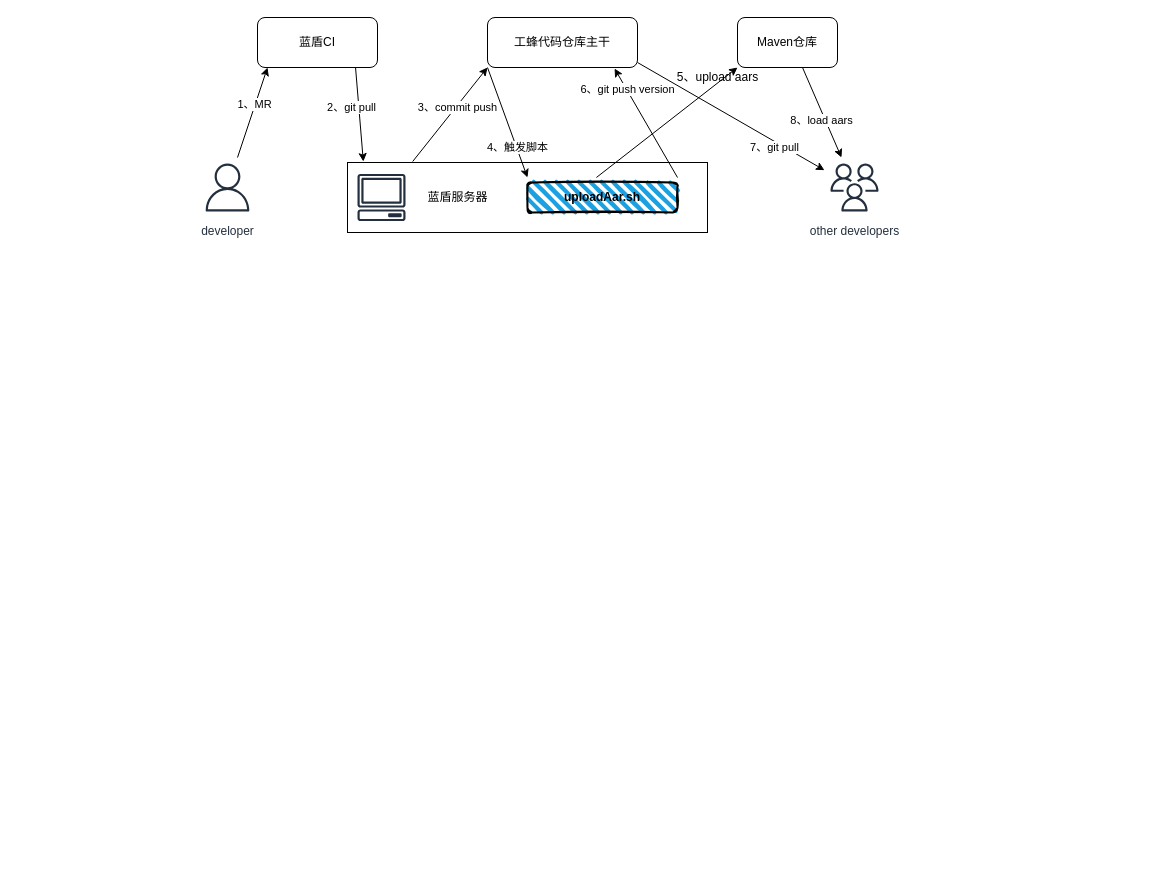
The draw.io diagram page "aar化整体流程图" (16 of 24) of T9.drawio in shinecjj/UML, before the edit. Source tidied: cells renumbered, new cells numbered last; positions are measured from the earlier drawing's top-left corner, leaving out a move shared by most shapes. Both pictures are drawn from the tidied source at 100%, with x=0, y=0 at pixel (197, 17).
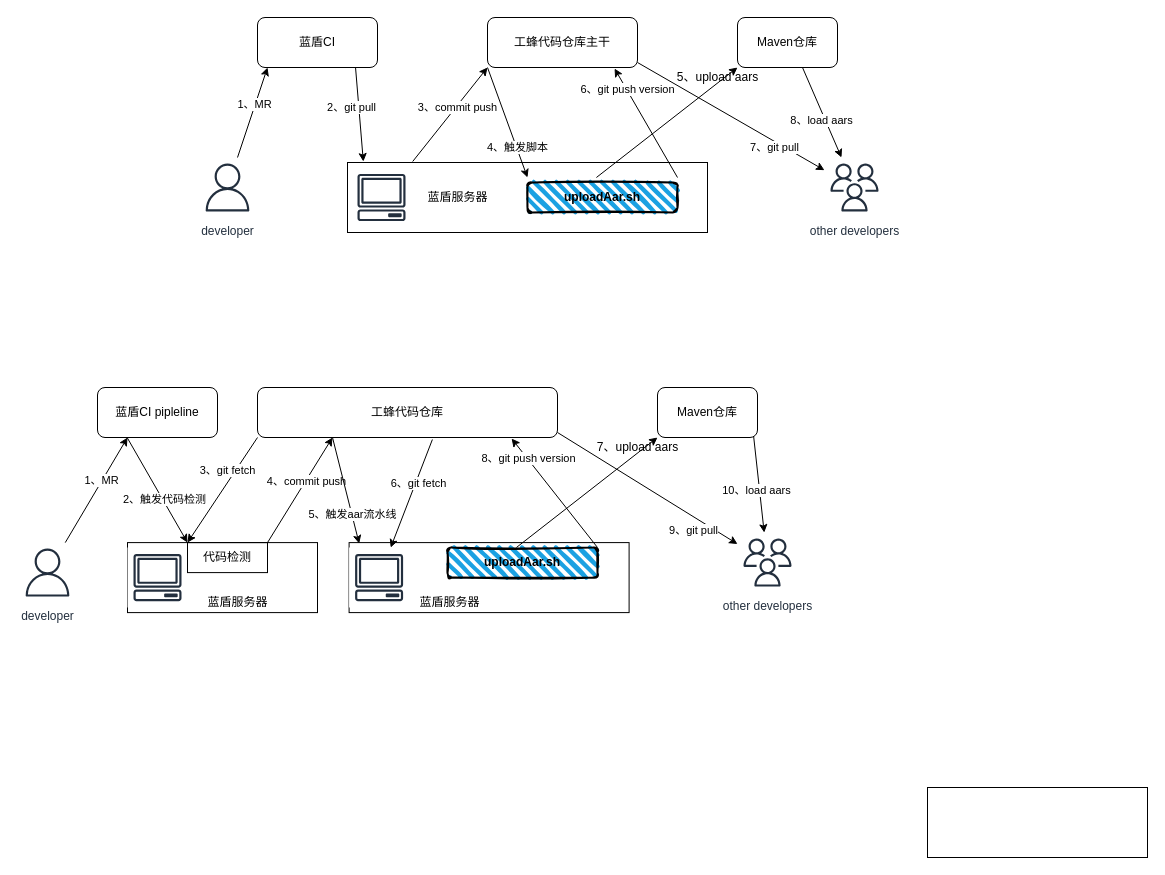
After the change.

Change to the diagram source:
```diff
@@
+    <mxCell id="24" value="other developers" style="outlineConnect=0;fontColor=#232F3E;gradientColor=none;strokeColor=#232F3E;fillColor=#ffffff;dashed=0;verticalLabelPosition=bottom;verticalAlign=top;align=center;html=1;fontSize=12;fontStyle=0;shape=mxgraph.aws4.resourceIcon;resIcon=mxgraph.aws4.users;" parent="1" vertex="1">
+      <mxGeometry x="540" y="515.1" width="60" height="60" as="geometry" />
+    </mxCell>
+    <mxCell id="25" value="developer" style="outlineConnect=0;fontColor=#232F3E;gradientColor=none;strokeColor=#232F3E;fillColor=#ffffff;dashed=0;verticalLabelPosition=bottom;verticalAlign=top;align=center;html=1;fontSize=12;fontStyle=0;shape=mxgraph.aws4.resourceIcon;resIcon=mxgraph.aws4.user;" parent="1" vertex="1">
+      <mxGeometry x="-180" y="525.1" width="60" height="60" as="geometry" />
+    </mxCell>
+    <mxCell id="26" value="蓝盾CI pipleline" style="rounded=1;whiteSpace=wrap;html=1;strokeColor=#000000;fillColor=none;" parent="1" vertex="1">
+      <mxGeometry x="-100" y="370" width="120" height="50" as="geometry" />
+    </mxCell>
+    <mxCell id="27" value="工蜂代码仓库" style="rounded=1;whiteSpace=wrap;html=1;strokeColor=#000000;fillColor=none;" parent="1" vertex="1">
+      <mxGeometry x="60" y="370" width="300" height="50" as="geometry" />
+    </mxCell>
+    <mxCell id="28" value="Maven仓库" style="rounded=1;whiteSpace=wrap;html=1;strokeColor=#000000;fillColor=none;" parent="1" vertex="1">
+      <mxGeometry x="460" y="370" width="100" height="50" as="geometry" />
+    </mxCell>
+    <mxCell id="29" value="4、commit push" style="endArrow=classic;html=1;fillColor=none;exitX=1;exitY=0;exitDx=0;exitDy=0;entryX=0.25;entryY=1;entryDx=0;entryDy=0;" parent="1" edge="1" source="51" target="27">
+      <mxGeometry x="0.17" y="-1" relative="1" as="geometry" />
+    </mxCell>
+    <mxCell id="30" value="5、触发aar流水线" style="endArrow=classic;html=1;fillColor=none;exitX=0.25;exitY=1;exitDx=0;exitDy=0;entryX=0.036;entryY=0.014;entryDx=0;entryDy=0;entryPerimeter=0;" parent="1" edge="1" source="27" target="31">
+      <mxGeometry x="0.46" y="1" relative="1" as="geometry" />
+    </mxCell>
+    <mxCell id="31" style="rounded=0;whiteSpace=wrap;html=1;strokeColor=#000000;fillColor=none;" parent="1" vertex="1">
+      <mxGeometry x="151.6" y="525.1" width="280" height="70" as="geometry" />
+    </mxCell>
+    <mxCell id="32" value="蓝盾服务器" style="text;html=1;align=center;verticalAlign=middle;strokeColor=none;" parent="1" vertex="1">
+      <mxGeometry x="211.6" y="575.1" width="80" height="20" as="geometry" />
+    </mxCell>
+    <mxCell id="33" value="8、git push version" style="endArrow=classic;html=1;fillColor=none;entryX=0.847;entryY=1.02;entryDx=0;entryDy=0;entryPerimeter=0;" parent="1" edge="1" target="27">
+      <mxGeometry x="0.61" y="-1" relative="1" as="geometry">
+        <mxPoint x="400" y="530" as="sourcePoint" />
+      </mxGeometry>
+    </mxCell>
+    <mxCell id="34" style="endArrow=classic;html=1;fillColor=none;exitX=0.5;exitY=0;exitDx=0;exitDy=0;entryX=0;entryY=1;entryDx=0;entryDy=0;" parent="1" edge="1" target="28">
+      <mxGeometry relative="1" as="geometry">
+        <mxPoint x="318.9" y="530" as="sourcePoint" />
+      </mxGeometry>
+    </mxCell>
+    <mxCell id="35" style="outlineConnect=0;fontColor=#232F3E;gradientColor=none;strokeColor=#232F3E;fillColor=#ffffff;dashed=0;verticalLabelPosition=bottom;verticalAlign=top;align=center;html=1;fontSize=12;fontStyle=0;shape=mxgraph.aws4.resourceIcon;resIcon=mxgraph.aws4.client;" parent="1" vertex="1">
+      <mxGeometry x="151.6" y="530.1" width="60" height="60" as="geometry" />
+    </mxCell>
+    <mxCell id="36" value="7、upload aars" style="text;html=1;align=center;verticalAlign=middle;strokeColor=none;" parent="1" vertex="1">
+      <mxGeometry x="390" y="420" width="100" height="20" as="geometry" />
+    </mxCell>
+    <mxCell id="37" style="endArrow=classic;html=1;fillColor=none;exitX=0.961;exitY=0.971;exitDx=0;exitDy=0;exitPerimeter=0;" parent="1" edge="1" source="28" target="24">
+      <mxGeometry relative="1" as="geometry" />
+    </mxCell>
+    <mxCell id="38" value="10、load aars" style="edgeLabel;html=1;align=center;verticalAlign=middle;" parent="37" vertex="1">
+      <mxGeometry x="0.12" y="-4" relative="1" as="geometry" />
+    </mxCell>
+    <mxCell id="39" style="endArrow=classic;html=1;fillColor=none;" parent="1" edge="1" target="24">
+      <mxGeometry relative="1" as="geometry">
+        <mxPoint x="360" y="415" as="sourcePoint" />
+      </mxGeometry>
+    </mxCell>
+    <mxCell id="40" value="9、git pull" style="edgeLabel;html=1;align=center;verticalAlign=middle;" parent="39" vertex="1">
+      <mxGeometry x="0.12" y="-4" relative="1" as="geometry">
+        <mxPoint x="36" y="31" as="offset" />
+      </mxGeometry>
+    </mxCell>
+    <mxCell id="41" style="endArrow=classic;html=1;fillColor=none;entryX=0.25;entryY=1;entryDx=0;entryDy=0;" parent="1" edge="1" source="25" target="26">
+      <mxGeometry relative="1" as="geometry" />
+    </mxCell>
+    <mxCell id="42" value="1、MR" style="edgeLabel;html=1;align=center;verticalAlign=middle;" parent="41" vertex="1">
+      <mxGeometry x="0.18" y="1" relative="1" as="geometry" />
+    </mxCell>
+    <mxCell id="43" style="endArrow=classic;html=1;fillColor=none;entryX=0;entryY=0;entryDx=0;entryDy=0;" parent="1" edge="1" target="51">
+      <mxGeometry relative="1" as="geometry">
+        <mxPoint x="60" y="420" as="sourcePoint" />
+      </mxGeometry>
+    </mxCell>
+    <mxCell id="44" value="3、git fetch" style="edgeLabel;html=1;align=center;verticalAlign=middle;" parent="43" vertex="1">
+      <mxGeometry x="0.18" y="1" relative="1" as="geometry">
+        <mxPoint x="10" y="-30" as="offset" />
+      </mxGeometry>
+    </mxCell>
+    <mxCell id="45" value="&lt;b&gt;uploadAar.sh&lt;/b&gt;" style="rounded=1;whiteSpace=wrap;html=1;strokeWidth=2;fillWeight=4;hachureGap=8;hachureAngle=45;fillColor=#1ba1e2;sketch=1;" parent="1" vertex="1">
+      <mxGeometry x="250" y="530" width="150" height="30" as="geometry" />
+    </mxCell>
+    <mxCell id="46" style="endArrow=classic;html=1;fillColor=none;entryX=0;entryY=0;entryDx=0;entryDy=0;" parent="1" edge="1" target="51">
+      <mxGeometry relative="1" as="geometry">
+        <mxPoint x="-70.4" y="420" as="sourcePoint" />
+      </mxGeometry>
+    </mxCell>
+    <mxCell id="47" value="2、触发代码检测" style="edgeLabel;html=1;align=center;verticalAlign=middle;" parent="46" vertex="1">
+      <mxGeometry x="0.18" y="1" relative="1" as="geometry" />
+    </mxCell>
+    <mxCell id="48" style="rounded=0;whiteSpace=wrap;html=1;strokeColor=#000000;fillColor=none;" parent="1" vertex="1">
+      <mxGeometry x="730" y="770" width="220" height="70" as="geometry" />
+    </mxCell>
+    <mxCell id="49" style="rounded=0;whiteSpace=wrap;html=1;strokeColor=#000000;fillColor=none;" parent="1" vertex="1">
+      <mxGeometry x="-70" y="525.1" width="190" height="70" as="geometry" />
+    </mxCell>
+    <mxCell id="50" style="fontColor=#232F3E;gradientColor=none;strokeColor=#232F3E;fillColor=#ffffff;dashed=0;verticalLabelPosition=bottom;verticalAlign=top;align=center;html=1;fontSize=12;fontStyle=0;shape=mxgraph.aws4.resourceIcon;resIcon=mxgraph.aws4.client;" parent="1" vertex="1">
+      <mxGeometry x="-70" y="530.1" width="60" height="60" as="geometry" />
+    </mxCell>
+    <mxCell id="51" value="代码检测" style="rounded=0;whiteSpace=wrap;html=1;strokeColor=#000000;fillColor=none;" parent="1" vertex="1">
+      <mxGeometry x="-10" y="525.1" width="80" height="30" as="geometry" />
+    </mxCell>
+    <mxCell id="52" value="蓝盾服务器" style="text;html=1;align=center;verticalAlign=middle;strokeColor=none;" parent="1" vertex="1">
+      <mxGeometry y="575.1" width="80" height="20" as="geometry" />
+    </mxCell>
+    <mxCell id="53" style="endArrow=classic;html=1;fillColor=none;exitX=0.583;exitY=1.04;exitDx=0;exitDy=0;exitPerimeter=0;" parent="1" edge="1" source="27" target="35">
+      <mxGeometry relative="1" as="geometry" />
+    </mxCell>
+    <mxCell id="54" value="6、git fetch" style="edgeLabel;html=1;align=center;verticalAlign=middle;" parent="53" vertex="1">
+      <mxGeometry x="0.18" y="1" relative="1" as="geometry">
+        <mxPoint x="9" y="-20" as="offset" />
+      </mxGeometry>
+    </mxCell>
```
